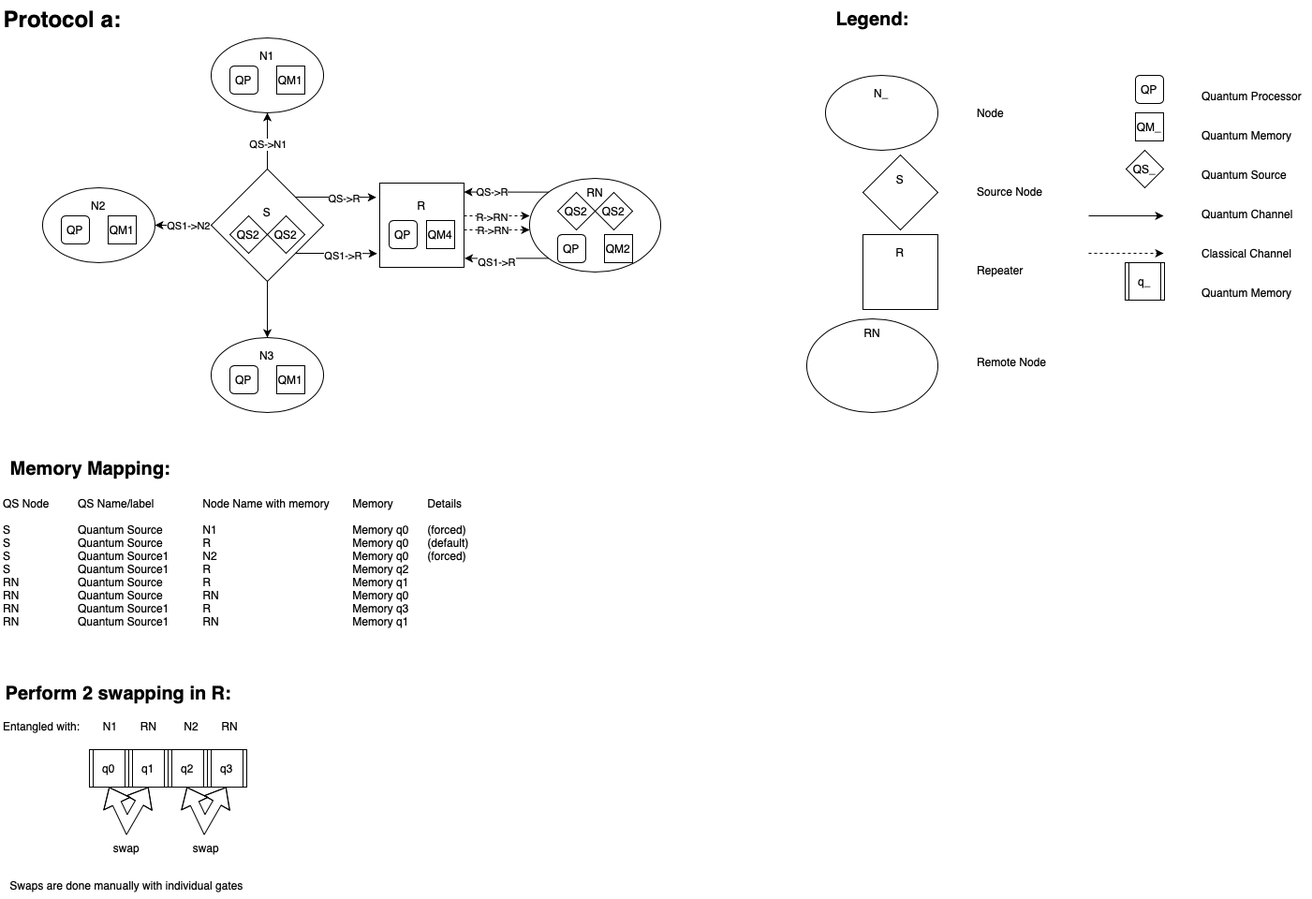
Before: docs/protocol-a.drawio.png, a diagram exported from draw.io (4coding4/extended-quantum-network). Source tidied: cells renumbered, new cells last; positions are measured from the earlier drawing's top-left corner, leaving out a move shared by most shapes.
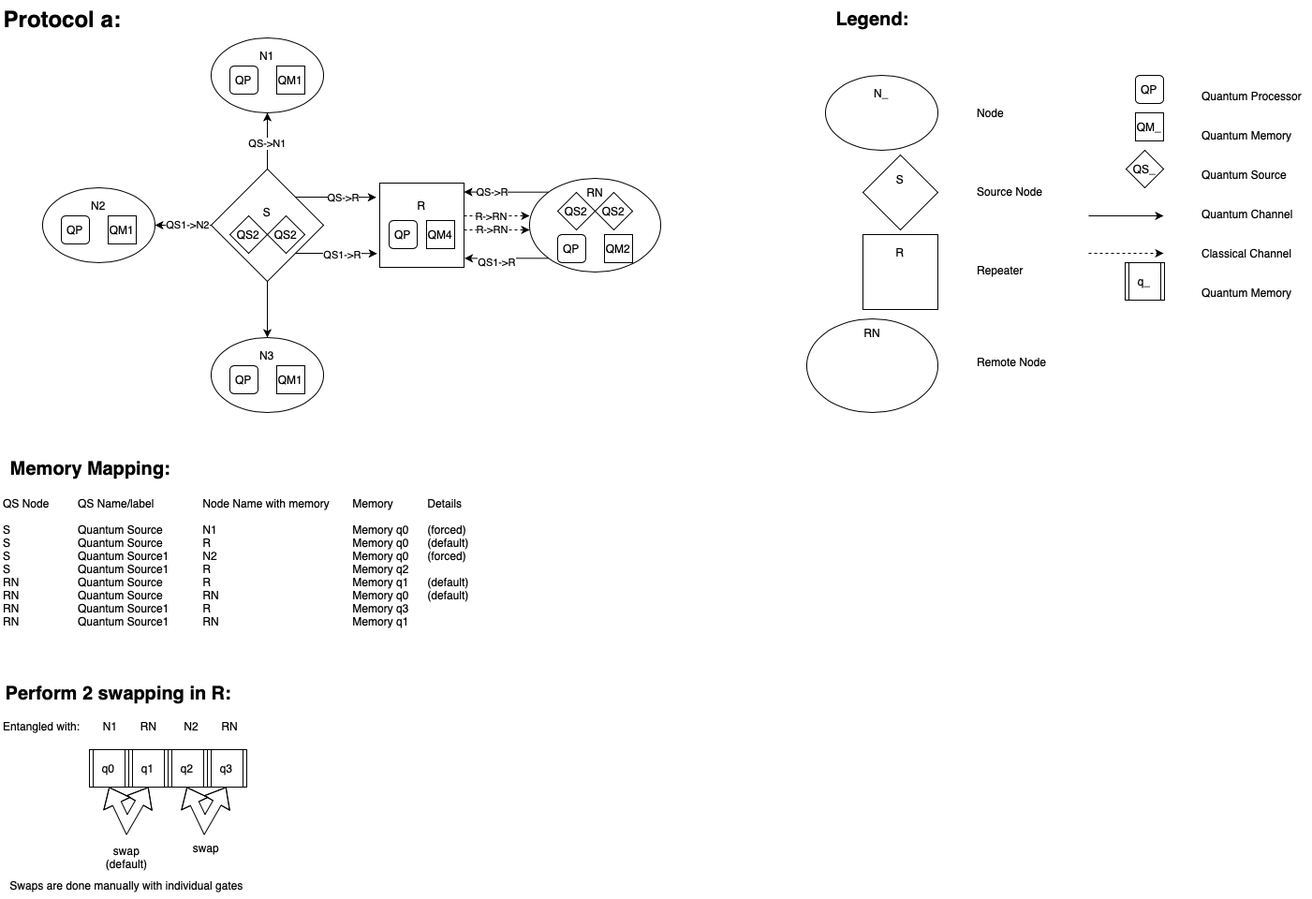
After the change.

Commit message:
fix diagram table

Change to the diagram source:
```diff
@@ -214,8 +214,8 @@
         </Array>
       </mxGeometry>
     </mxCell>
-    <mxCell id="62" value="swap" style="text;html=1;align=center;verticalAlign=middle;whiteSpace=wrap;rounded=0;" parent="1" vertex="1">
-      <mxGeometry x="105" y="890" width="60" height="30" as="geometry" />
+    <mxCell id="62" value="swap&lt;div&gt;&lt;div&gt;(default)&lt;/div&gt;&lt;/div&gt;" style="text;html=1;align=center;verticalAlign=middle;whiteSpace=wrap;rounded=0;" parent="1" vertex="1">
+      <mxGeometry x="105" y="900" width="60" height="30" as="geometry" />
     </mxCell>
     <mxCell id="63" value="swap" style="text;html=1;align=center;verticalAlign=middle;whiteSpace=wrap;rounded=0;" parent="1" vertex="1">
       <mxGeometry x="190" y="890" width="60" height="30" as="geometry" />
@@ -223,7 +223,7 @@
     <mxCell id="64" value="Swaps are done manually with individual gates" style="text;html=1;align=center;verticalAlign=middle;whiteSpace=wrap;rounded=0;" parent="1" vertex="1">
       <mxGeometry y="930" width="270" height="30" as="geometry" />
     </mxCell>
-    <mxCell id="65" value="&lt;div&gt;QS Node&lt;span style=&quot;white-space: pre;&quot;&gt;&#9;&#9;QS Name/label&#9;&#9;Node Name with memory&#9;Memory&#9;&#9;Details&lt;/span&gt;&lt;br&gt;&lt;/div&gt;&lt;div&gt;&lt;span style=&quot;white-space: pre;&quot;&gt;&lt;br&gt;&lt;/span&gt;&lt;/div&gt;S&lt;span style=&quot;white-space: pre;&quot;&gt;&#9;&lt;/span&gt;&lt;span style=&quot;white-space: pre;&quot;&gt;&#9;&lt;/span&gt;&lt;span style=&quot;white-space: pre;&quot;&gt;&#9;Quantum Source&lt;span style=&quot;white-space: pre;&quot;&gt;&#9;&lt;/span&gt;&lt;span style=&quot;white-space: pre;&quot;&gt;&#9;&lt;/span&gt;&lt;span style=&quot;white-space: pre;&quot;&gt;N1 &lt;span style=&quot;white-space: pre;&quot;&gt;&#9;&lt;span style=&quot;white-space: pre;&quot;&gt;&#9;&lt;span style=&quot;white-space: pre;&quot;&gt;&#9;&lt;/span&gt;&lt;span style=&quot;white-space: pre;&quot;&gt;&#9;&lt;/span&gt;&lt;span style=&quot;white-space: pre;&quot;&gt;&#9;&lt;/span&gt;&lt;span style=&quot;white-space: pre;&quot;&gt;&#9;&lt;/span&gt;&lt;/span&gt;&lt;/span&gt;Memory q0 &lt;span style=&quot;white-space: pre;&quot;&gt;&#9;&lt;/span&gt;(forced)&lt;br&gt;&lt;/span&gt;&lt;/span&gt;&lt;div&gt;S&lt;span style=&quot;white-space: pre;&quot;&gt;&#9;&lt;/span&gt;&lt;span style=&quot;white-space: pre;&quot;&gt;&#9;&lt;/span&gt;&lt;span style=&quot;white-space: pre;&quot;&gt;&#9;Quantum Source&#9;&#9;R&lt;span style=&quot;white-space: pre;&quot;&gt;&#9;&lt;/span&gt;&lt;/span&gt;&lt;span style=&quot;white-space: pre;&quot;&gt;&lt;span style=&quot;white-space: pre;&quot;&gt; &lt;span style=&quot;white-space: pre;&quot;&gt;&#9;&lt;span style=&quot;white-space: pre;&quot;&gt;&#9;&lt;/span&gt;&lt;span style=&quot;white-space: pre;&quot;&gt;&#9;&lt;/span&gt;&lt;span style=&quot;white-space: pre;&quot;&gt;&#9;&lt;/span&gt;&lt;span style=&quot;white-space: pre;&quot;&gt;&#9;&lt;/span&gt;&lt;/span&gt;Memory q0  &lt;span style=&quot;white-space: pre;&quot;&gt;&#9;&lt;/span&gt;(default)&lt;/span&gt;&lt;/span&gt;&lt;/div&gt;&lt;div&gt;S&lt;span style=&quot;white-space: pre;&quot;&gt;&#9;&lt;/span&gt;&lt;span style=&quot;white-space: pre;&quot;&gt;&#9;&lt;/span&gt;&lt;span style=&quot;white-space: pre;&quot;&gt;&#9;Quantum Source1&#9;&#9;N2 &#9;&lt;span style=&quot;white-space: pre;&quot;&gt;&#9;&lt;span style=&quot;white-space: pre;&quot;&gt;&#9;&lt;/span&gt;&lt;span style=&quot;white-space: pre;&quot;&gt;&#9;&lt;/span&gt;&lt;span style=&quot;white-space: pre;&quot;&gt;&#9;&lt;/span&gt;&lt;span style=&quot;white-space: pre;&quot;&gt;&#9;&lt;/span&gt;&lt;/span&gt;Memory q0 &#9;(forced)&lt;br&gt;&lt;/span&gt;&lt;div&gt;S&lt;span style=&quot;white-space: pre;&quot;&gt;&#9;&lt;/span&gt;&lt;span style=&quot;white-space: pre;&quot;&gt;&#9;&lt;/span&gt;&lt;span style=&quot;white-space: pre;&quot;&gt;&#9;Quantum Source1&#9;&#9;R&#9;&lt;/span&gt;&lt;span style=&quot;white-space: pre;&quot;&gt; &lt;span style=&quot;white-space: pre;&quot;&gt;&#9;&lt;span style=&quot;white-space: pre;&quot;&gt;&#9;&lt;/span&gt;&lt;span style=&quot;white-space: pre;&quot;&gt;&#9;&lt;/span&gt;&lt;span style=&quot;white-space: pre;&quot;&gt;&#9;&lt;/span&gt;&lt;span style=&quot;white-space: pre;&quot;&gt;&#9;&lt;/span&gt;&lt;/span&gt;Memory q2 &lt;span style=&quot;white-space: pre;&quot;&gt;&#9;&lt;/span&gt;&lt;/span&gt;&lt;/div&gt;&lt;/div&gt;&lt;div&gt;RN&lt;span style=&quot;white-space: pre;&quot;&gt;&#9;&lt;/span&gt;&lt;span style=&quot;white-space: pre;&quot;&gt;&#9;&lt;/span&gt;&lt;span style=&quot;white-space: pre;&quot;&gt;&#9;Quantum Source&#9;&#9;R &#9;&lt;span style=&quot;white-space: pre;&quot;&gt;&#9;&lt;span style=&quot;white-space: pre;&quot;&gt;&#9;&lt;/span&gt;&lt;span style=&quot;white-space: pre;&quot;&gt;&#9;&lt;/span&gt;&lt;span style=&quot;white-space: pre;&quot;&gt;&#9;&lt;/span&gt;&lt;span style=&quot;white-space: pre;&quot;&gt;&#9;&lt;/span&gt;&lt;/span&gt;Memory q1 &#9;&lt;br&gt;&lt;/span&gt;&lt;div&gt;RN&lt;span style=&quot;white-space: pre;&quot;&gt;&#9;&lt;/span&gt;&lt;span style=&quot;white-space: pre;&quot;&gt;&#9;&lt;/span&gt;&lt;span style=&quot;white-space: pre;&quot;&gt;&#9;Quantum Source&#9;&#9;RN&#9;&lt;/span&gt;&lt;span style=&quot;white-space: pre;&quot;&gt; &lt;span style=&quot;white-space: pre;&quot;&gt;&#9;&lt;span style=&quot;white-space: pre;&quot;&gt;&#9;&lt;/span&gt;&lt;span style=&quot;white-space: pre;&quot;&gt;&#9;&lt;/span&gt;&lt;span style=&quot;white-space: pre;&quot;&gt;&#9;&lt;/span&gt;&lt;span style=&quot;white-space: pre;&quot;&gt;&#9;&lt;/span&gt;&lt;/span&gt;Memory q0  &#9;&lt;/span&gt;&lt;/div&gt;&lt;div&gt;RN&lt;span style=&quot;white-space: pre;&quot;&gt;&#9;&lt;/span&gt;&lt;span style=&quot;white-space: pre;&quot;&gt;&#9;&lt;/span&gt;&lt;span style=&quot;white-space: pre;&quot;&gt;&#9;Quantum Source1&#9;&#9;R &#9;&lt;span style=&quot;white-space: pre;&quot;&gt;&#9;&lt;span style=&quot;white-space: pre;&quot;&gt;&#9;&lt;/span&gt;&lt;span style=&quot;white-space: pre;&quot;&gt;&#9;&lt;/span&gt;&lt;span style=&quot;white-space: pre;&quot;&gt;&#9;&lt;/span&gt;&lt;span style=&quot;white-space: pre;&quot;&gt;&#9;&lt;/span&gt;&lt;/span&gt;Memory q3&#9;&lt;br&gt;&lt;/span&gt;&lt;div&gt;RN&lt;span style=&quot;white-space: pre;&quot;&gt;&#9;&lt;/span&gt;&lt;span style=&quot;white-space: pre;&quot;&gt;&#9;&lt;/span&gt;&lt;span style=&quot;white-space: pre;&quot;&gt;&#9;Quantum Source1&#9;&#9;RN&#9;&lt;/span&gt;&lt;span style=&quot;white-space: pre;&quot;&gt; &lt;span style=&quot;white-space: pre;&quot;&gt;&#9;&lt;span style=&quot;white-space: pre;&quot;&gt;&#9;&lt;/span&gt;&lt;span style=&quot;white-space: pre;&quot;&gt;&#9;&lt;/span&gt;&lt;span style=&quot;white-space: pre;&quot;&gt;&#9;&lt;/span&gt;&lt;span style=&quot;white-space: pre;&quot;&gt;&#9;&lt;/span&gt;&lt;/span&gt;Memory q1 &#9;&lt;/span&gt;&lt;/div&gt;&lt;/div&gt;&lt;/div&gt;" style="text;html=1;align=left;verticalAlign=middle;whiteSpace=wrap;rounded=0;" parent="1" vertex="1">
+    <mxCell id="65" value="&lt;div&gt;QS Node&lt;span style=&quot;white-space: pre;&quot;&gt;&#9;&#9;QS Name/label&#9;&#9;Node Name with memory&#9;Memory&#9;&#9;Details&lt;/span&gt;&lt;br&gt;&lt;/div&gt;&lt;div&gt;&lt;span style=&quot;white-space: pre;&quot;&gt;&lt;br&gt;&lt;/span&gt;&lt;/div&gt;S&lt;span style=&quot;white-space: pre;&quot;&gt;&#9;&lt;/span&gt;&lt;span style=&quot;white-space: pre;&quot;&gt;&#9;&lt;/span&gt;&lt;span style=&quot;white-space: pre;&quot;&gt;&#9;Quantum Source&lt;span style=&quot;white-space: pre;&quot;&gt;&#9;&lt;/span&gt;&lt;span style=&quot;white-space: pre;&quot;&gt;&#9;&lt;/span&gt;&lt;span style=&quot;white-space: pre;&quot;&gt;N1 &lt;span style=&quot;white-space: pre;&quot;&gt;&#9;&lt;span style=&quot;white-space: pre;&quot;&gt;&#9;&lt;span style=&quot;white-space: pre;&quot;&gt;&#9;&lt;/span&gt;&lt;span style=&quot;white-space: pre;&quot;&gt;&#9;&lt;/span&gt;&lt;span style=&quot;white-space: pre;&quot;&gt;&#9;&lt;/span&gt;&lt;span style=&quot;white-space: pre;&quot;&gt;&#9;&lt;/span&gt;&lt;/span&gt;&lt;/span&gt;Memory q0 &lt;span style=&quot;white-space: pre;&quot;&gt;&#9;&lt;/span&gt;(forced)&lt;br&gt;&lt;/span&gt;&lt;/span&gt;&lt;div&gt;S&lt;span style=&quot;white-space: pre;&quot;&gt;&#9;&lt;/span&gt;&lt;span style=&quot;white-space: pre;&quot;&gt;&#9;&lt;/span&gt;&lt;span style=&quot;white-space: pre;&quot;&gt;&#9;Quantum Source&#9;&#9;R&lt;span style=&quot;white-space: pre;&quot;&gt;&#9;&lt;/span&gt;&lt;/span&gt;&lt;span style=&quot;white-space: pre;&quot;&gt;&lt;span style=&quot;white-space: pre;&quot;&gt; &lt;span style=&quot;white-space: pre;&quot;&gt;&#9;&lt;span style=&quot;white-space: pre;&quot;&gt;&#9;&lt;/span&gt;&lt;span style=&quot;white-space: pre;&quot;&gt;&#9;&lt;/span&gt;&lt;span style=&quot;white-space: pre;&quot;&gt;&#9;&lt;/span&gt;&lt;span style=&quot;white-space: pre;&quot;&gt;&#9;&lt;/span&gt;&lt;/span&gt;Memory q0  &lt;span style=&quot;white-space: pre;&quot;&gt;&#9;&lt;/span&gt;(default)&lt;/span&gt;&lt;/span&gt;&lt;/div&gt;&lt;div&gt;S&lt;span style=&quot;white-space: pre;&quot;&gt;&#9;&lt;/span&gt;&lt;span style=&quot;white-space: pre;&quot;&gt;&#9;&lt;/span&gt;&lt;span style=&quot;white-space: pre;&quot;&gt;&#9;Quantum Source1&#9;&#9;N2 &#9;&lt;span style=&quot;white-space: pre;&quot;&gt;&#9;&lt;span style=&quot;white-space: pre;&quot;&gt;&#9;&lt;/span&gt;&lt;span style=&quot;white-space: pre;&quot;&gt;&#9;&lt;/span&gt;&lt;span style=&quot;white-space: pre;&quot;&gt;&#9;&lt;/span&gt;&lt;span style=&quot;white-space: pre;&quot;&gt;&#9;&lt;/span&gt;&lt;/span&gt;Memory q0 &#9;(forced)&lt;br&gt;&lt;/span&gt;&lt;div&gt;S&lt;span style=&quot;white-space: pre;&quot;&gt;&#9;&lt;/span&gt;&lt;span style=&quot;white-space: pre;&quot;&gt;&#9;&lt;/span&gt;&lt;span style=&quot;white-space: pre;&quot;&gt;&#9;Quantum Source1&#9;&#9;R&#9;&lt;/span&gt;&lt;span style=&quot;white-space: pre;&quot;&gt; &lt;span style=&quot;white-space: pre;&quot;&gt;&#9;&lt;span style=&quot;white-space: pre;&quot;&gt;&#9;&lt;/span&gt;&lt;span style=&quot;white-space: pre;&quot;&gt;&#9;&lt;/span&gt;&lt;span style=&quot;white-space: pre;&quot;&gt;&#9;&lt;/span&gt;&lt;span style=&quot;white-space: pre;&quot;&gt;&#9;&lt;/span&gt;&lt;/span&gt;Memory q2 &lt;span style=&quot;white-space: pre;&quot;&gt;&#9;&lt;/span&gt;&lt;/span&gt;&lt;/div&gt;&lt;/div&gt;&lt;div&gt;RN&lt;span style=&quot;white-space: pre;&quot;&gt;&#9;&lt;/span&gt;&lt;span style=&quot;white-space: pre;&quot;&gt;&#9;&lt;/span&gt;&lt;span style=&quot;white-space: pre;&quot;&gt;&#9;Quantum Source&#9;&#9;R &#9;&lt;span style=&quot;white-space: pre;&quot;&gt;&#9;&lt;span style=&quot;white-space: pre;&quot;&gt;&#9;&lt;/span&gt;&lt;span style=&quot;white-space: pre;&quot;&gt;&#9;&lt;/span&gt;&lt;span style=&quot;white-space: pre;&quot;&gt;&#9;&lt;/span&gt;&lt;span style=&quot;white-space: pre;&quot;&gt;&#9;&lt;/span&gt;&lt;/span&gt;Memory q1 &#9;(default)&lt;br&gt;&lt;/span&gt;&lt;div&gt;RN&lt;span style=&quot;white-space: pre;&quot;&gt;&#9;&lt;/span&gt;&lt;span style=&quot;white-space: pre;&quot;&gt;&#9;&lt;/span&gt;&lt;span style=&quot;white-space: pre;&quot;&gt;&#9;Quantum Source&#9;&#9;RN&#9;&lt;/span&gt;&lt;span style=&quot;white-space: pre;&quot;&gt; &lt;span style=&quot;white-space: pre;&quot;&gt;&#9;&lt;span style=&quot;white-space: pre;&quot;&gt;&#9;&lt;/span&gt;&lt;span style=&quot;white-space: pre;&quot;&gt;&#9;&lt;/span&gt;&lt;span style=&quot;white-space: pre;&quot;&gt;&#9;&lt;/span&gt;&lt;span style=&quot;white-space: pre;&quot;&gt;&#9;&lt;/span&gt;&lt;/span&gt;Memory q0  &#9;(default)&lt;/span&gt;&lt;/div&gt;&lt;div&gt;RN&lt;span style=&quot;white-space: pre;&quot;&gt;&#9;&lt;/span&gt;&lt;span style=&quot;white-space: pre;&quot;&gt;&#9;&lt;/span&gt;&lt;span style=&quot;white-space: pre;&quot;&gt;&#9;Quantum Source1&#9;&#9;R &#9;&lt;span style=&quot;white-space: pre;&quot;&gt;&#9;&lt;span style=&quot;white-space: pre;&quot;&gt;&#9;&lt;/span&gt;&lt;span style=&quot;white-space: pre;&quot;&gt;&#9;&lt;/span&gt;&lt;span style=&quot;white-space: pre;&quot;&gt;&#9;&lt;/span&gt;&lt;span style=&quot;white-space: pre;&quot;&gt;&#9;&lt;/span&gt;&lt;/span&gt;Memory q3&#9;&lt;br&gt;&lt;/span&gt;&lt;div&gt;RN&lt;span style=&quot;white-space: pre;&quot;&gt;&#9;&lt;/span&gt;&lt;span style=&quot;white-space: pre;&quot;&gt;&#9;&lt;/span&gt;&lt;span style=&quot;white-space: pre;&quot;&gt;&#9;Quantum Source1&#9;&#9;RN&#9;&lt;/span&gt;&lt;span style=&quot;white-space: pre;&quot;&gt; &lt;span style=&quot;white-space: pre;&quot;&gt;&#9;&lt;span style=&quot;white-space: pre;&quot;&gt;&#9;&lt;/span&gt;&lt;span style=&quot;white-space: pre;&quot;&gt;&#9;&lt;/span&gt;&lt;span style=&quot;white-space: pre;&quot;&gt;&#9;&lt;/span&gt;&lt;span style=&quot;white-space: pre;&quot;&gt;&#9;&lt;/span&gt;&lt;/span&gt;Memory q1 &#9;&lt;/span&gt;&lt;/div&gt;&lt;/div&gt;&lt;/div&gt;" style="text;html=1;align=left;verticalAlign=middle;whiteSpace=wrap;rounded=0;" parent="1" vertex="1">
       <mxGeometry x="1" y="520" width="590" height="160" as="geometry" />
     </mxCell>
     <mxCell id="66" value="Entangled with:&lt;span style=&quot;white-space: pre;&quot;&gt;&#9;N1&lt;span style=&quot;white-space: pre;&quot;&gt;&#9;    &lt;/span&gt;&lt;span style=&quot;white-space: pre;&quot;&gt;RN&lt;span style=&quot;white-space: pre;&quot;&gt;&#9;  &lt;/span&gt;&lt;span style=&quot;white-space: pre;&quot;&gt;N2&lt;span style=&quot;white-space: pre;&quot;&gt;&#9;      &lt;/span&gt;&lt;span style=&quot;white-space: pre;&quot;&gt;RN&lt;/span&gt;&lt;span style=&quot;white-space: pre;&quot;&gt;&#9;&lt;/span&gt;&lt;/span&gt;&lt;/span&gt;&lt;/span&gt;" style="text;html=1;align=left;verticalAlign=middle;whiteSpace=wrap;rounded=0;" parent="1" vertex="1">
```
